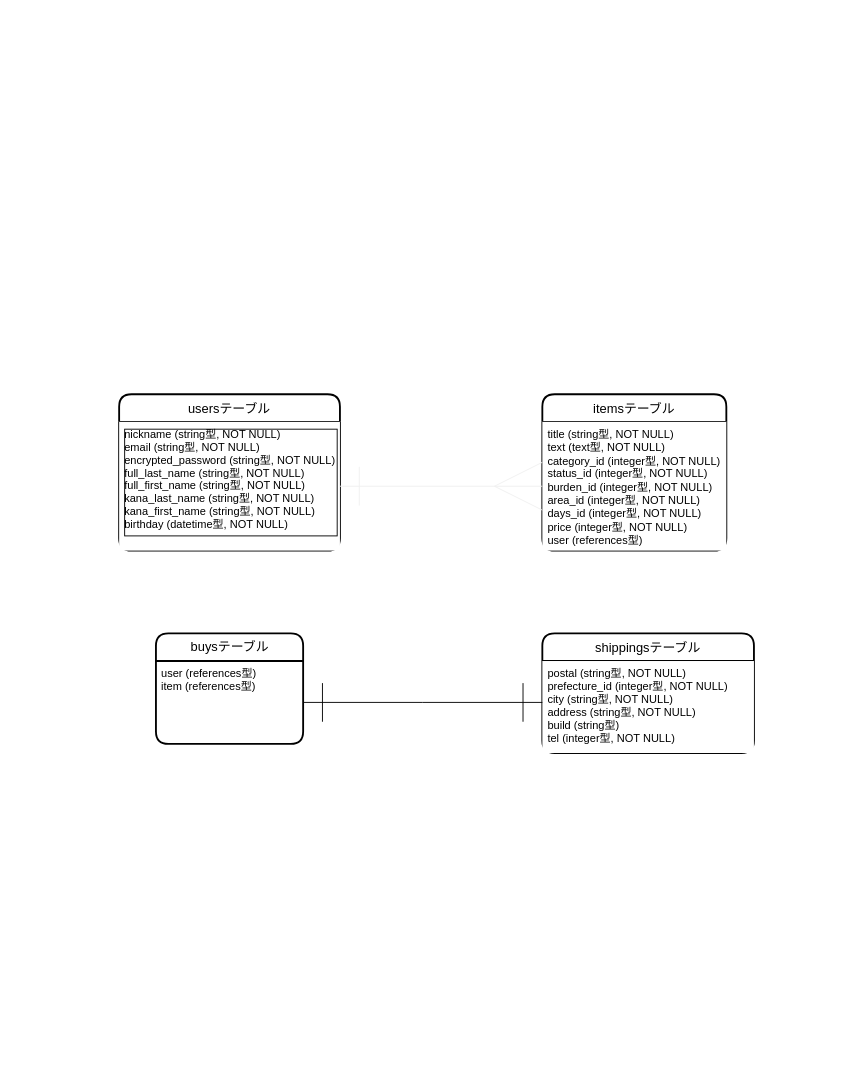
Before: furima.dio in ks251111/furima-34349, a draw.io diagram. Source tidied: cells renumbered, new cells numbered last; positions are measured from the earlier drawing's top-left corner, leaving out a move shared by most shapes. Both pictures are drawn from the tidied source at 92%, with x=0, y=0 at pixel (119, 394).
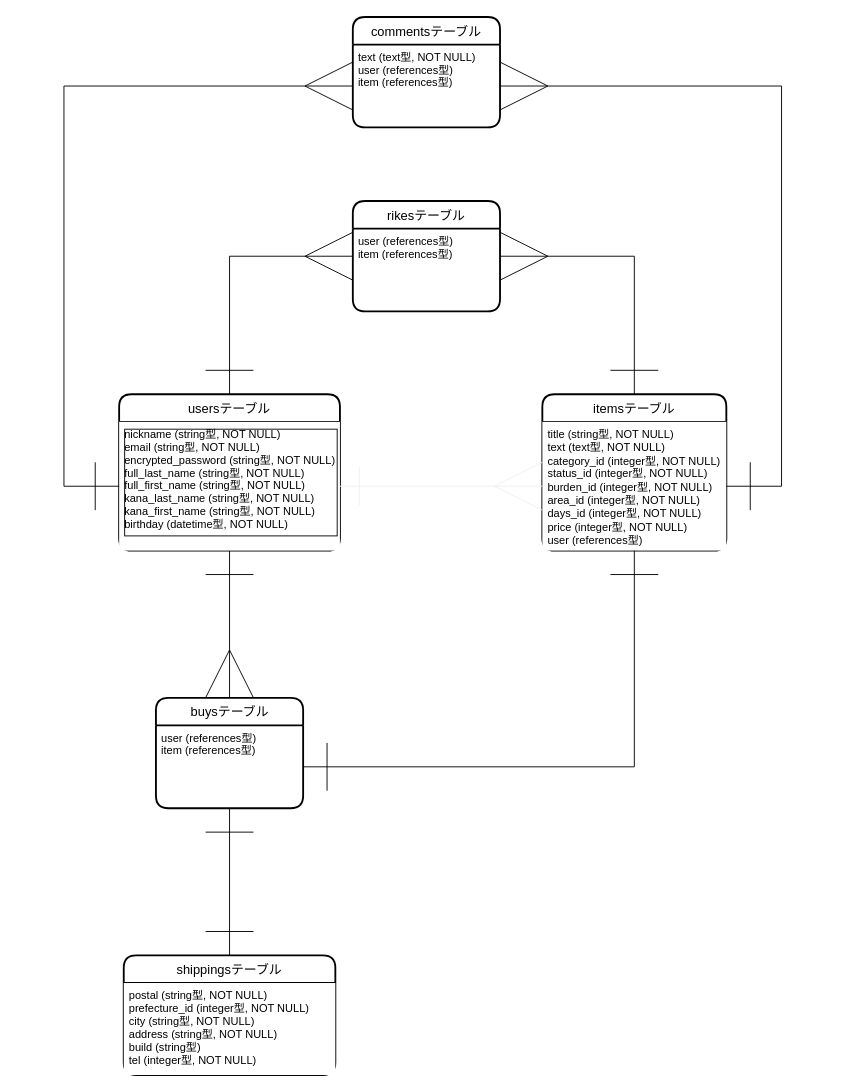
After the change.

Commit message (it also covers changes not shown here):
ER図、READMEの修正

The change refers to these unchanged cells:
```xml
<mxCell id="2" value="usersテーブル" style="swimlane;horizontal=1;startSize=30;rounded=1;fontSize=14;fontStyle=0;strokeWidth=2;shadow=0;dashed=0;align=center;labelBackgroundColor=none;" parent="1" vertex="1">
  <mxGeometry width="240" height="170" as="geometry" />
</mxCell>
<mxCell id="3" value="nickname (string型, NOT NULL)&#10;email (string型, NOT NULL)&#10;encrypted_password (string型, NOT NULL)&#10;full_last_name (string型, NOT NULL)&#10;full_first_name (string型, NOT NULL)&#10;kana_last_name (string型, NOT NULL)&#10;kana_first_name (string型, NOT NULL)&#10;birthday (datetime型, NOT NULL)&#10;" style="align=left;strokeColor=none;spacingLeft=4;fontSize=12;verticalAlign=top;labelBackgroundColor=none;labelBorderColor=#000000;" parent="2" vertex="1">
  <mxGeometry y="30" width="240" height="140" as="geometry" />
</mxCell>
<mxCell id="4" value="itemsテーブル" style="swimlane;horizontal=1;startSize=30;rounded=1;fontSize=14;fontStyle=0;strokeWidth=2;shadow=0;dashed=0;align=center;" parent="1" vertex="1">
  <mxGeometry x="460" width="200" height="170" as="geometry" />
</mxCell>
<mxCell id="5" value="title (string型, NOT NULL)&lt;br&gt;text (text型, NOT NULL)&lt;br&gt;category_id (integer型, NOT NULL)&lt;br&gt;status_id (integer型, NOT NULL)&lt;br&gt;burden_id (integer型, NOT NULL)&lt;br&gt;area_id (integer型, NOT NULL)&lt;br&gt;days_id (integer型, NOT NULL)&lt;br&gt;price&amp;nbsp;(integer型, NOT NULL)&lt;br&gt;user (references型)" style="align=left;strokeColor=none;spacingLeft=4;fontSize=12;verticalAlign=top;html=1;" parent="4" vertex="1">
  <mxGeometry y="30" width="200" height="140" as="geometry" />
</mxCell>
<mxCell id="10" value="user (references型)&#10;item (references型)" style="align=left;strokeColor=none;fillColor=none;spacingLeft=4;fontSize=12;verticalAlign=top;" parent="9" vertex="1">
  <mxGeometry y="30" width="160" height="90" as="geometry" />
</mxCell>
```

Change to the diagram source:
```diff
@@
+    <mxCell id="11" style="edgeStyle=orthogonalEdgeStyle;rounded=0;jettySize=auto;html=1;entryX=0.5;entryY=0;entryDx=0;entryDy=0;endArrow=ERmany;endFill=0;endSize=50;startArrow=ERone;startFill=0;startSize=50;" parent="1" edge="1" source="2" target="9">
+      <mxGeometry relative="1" as="geometry" />
+    </mxCell>
@@
     <mxCell id="6" value="shippingsテーブル" style="swimlane;horizontal=1;startSize=30;rounded=1;fontSize=14;fontStyle=0;strokeWidth=2;shadow=0;dashed=0;align=center;" parent="1" vertex="1">
-      <mxGeometry x="460" y="260" width="230" height="130" as="geometry" />
+      <mxGeometry x="5" y="610" width="230" height="130" as="geometry" />
     </mxCell>
@@
     <mxCell id="9" value="buysテーブル" style="swimlane;horizontal=1;startSize=30;rounded=1;fontSize=14;fontStyle=0;strokeWidth=2;shadow=0;dashed=0;align=center;html=1;" parent="1" vertex="1">
-      <mxGeometry x="40" y="260" width="160" height="120" as="geometry" />
+      <mxGeometry x="40" y="330" width="160" height="120" as="geometry" />
     </mxCell>
@@
-    <mxCell id="11" style="edgeStyle=orthogonalEdgeStyle;rounded=0;jettySize=auto;html=1;endArrow=ERone;endFill=0;startArrow=ERone;startFill=0;endSize=40;startSize=40;" parent="1" edge="1" source="10">
-      <mxGeometry relative="1" as="geometry">
-        <mxPoint x="460" y="335" as="targetPoint" />
-      </mxGeometry>
-    </mxCell>
+    <mxCell id="12" style="edgeStyle=orthogonalEdgeStyle;rounded=0;jettySize=auto;html=1;entryX=0.5;entryY=1;entryDx=0;entryDy=0;startArrow=ERone;startFill=0;startSize=50;endArrow=ERone;endFill=0;endSize=50;" parent="1" edge="1" source="10" target="4">
+      <mxGeometry relative="1" as="geometry" />
+    </mxCell>
+    <mxCell id="13" style="edgeStyle=orthogonalEdgeStyle;rounded=0;jettySize=auto;html=1;entryX=0.5;entryY=0;entryDx=0;entryDy=0;startArrow=ERone;startFill=0;startSize=50;endArrow=ERone;endFill=0;endSize=50;" parent="1" edge="1" source="10" target="6">
+      <mxGeometry relative="1" as="geometry" />
+    </mxCell>
+    <mxCell id="14" value="commentsテーブル" style="swimlane;horizontal=1;startSize=30;rounded=1;fontSize=14;fontStyle=0;strokeWidth=2;shadow=0;dashed=0;align=center;" parent="1" vertex="1">
+      <mxGeometry x="254" y="-410" width="160" height="120" as="geometry" />
+    </mxCell>
+    <mxCell id="15" value="text (text型, NOT NULL)&#10;user (references型)&#10;item (references型)" style="align=left;strokeColor=none;fillColor=none;spacingLeft=4;fontSize=12;verticalAlign=top;" parent="14" vertex="1">
+      <mxGeometry y="30" width="160" height="90" as="geometry" />
+    </mxCell>
+    <mxCell id="16" style="edgeStyle=orthogonalEdgeStyle;rounded=0;jettySize=auto;html=1;exitX=0;exitY=0.5;exitDx=0;exitDy=0;entryX=0;entryY=0.5;entryDx=0;entryDy=0;startArrow=ERmany;startFill=0;startSize=50;endArrow=ERone;endFill=0;endSize=50;" parent="1" edge="1" source="15" target="3">
+      <mxGeometry relative="1" as="geometry" />
+    </mxCell>
+    <mxCell id="17" style="edgeStyle=orthogonalEdgeStyle;rounded=0;jettySize=auto;html=1;entryX=1;entryY=0.5;entryDx=0;entryDy=0;startArrow=ERmany;startFill=0;startSize=50;endArrow=ERone;endFill=0;endSize=50;" parent="1" edge="1" source="15" target="5">
+      <mxGeometry relative="1" as="geometry" />
+    </mxCell>
+    <mxCell id="18" style="edgeStyle=orthogonalEdgeStyle;rounded=0;jettySize=auto;html=1;entryX=0.5;entryY=0;entryDx=0;entryDy=0;startArrow=ERmany;startFill=0;startSize=50;endArrow=ERone;endFill=0;endSize=50;" parent="1" edge="1" source="19" target="2">
+      <mxGeometry relative="1" as="geometry" />
+    </mxCell>
+    <mxCell id="19" value="rikesテーブル" style="swimlane;horizontal=1;startSize=30;rounded=1;fontSize=14;fontStyle=0;strokeWidth=2;shadow=0;dashed=0;align=center;" parent="1" vertex="1">
+      <mxGeometry x="254" y="-210" width="160" height="120" as="geometry" />
+    </mxCell>
+    <mxCell id="20" value="user (references型)&#10;item (references型)" style="align=left;strokeColor=none;fillColor=none;spacingLeft=4;fontSize=12;verticalAlign=top;" parent="19" vertex="1">
+      <mxGeometry y="30" width="160" height="90" as="geometry" />
+    </mxCell>
+    <mxCell id="21" style="edgeStyle=orthogonalEdgeStyle;rounded=0;jettySize=auto;html=1;entryX=0.5;entryY=0;entryDx=0;entryDy=0;startArrow=ERmany;startFill=0;startSize=50;endArrow=ERone;endFill=0;endSize=50;" parent="1" edge="1" source="20" target="4">
+      <mxGeometry relative="1" as="geometry">
+        <Array as="points">
+          <mxPoint x="560" y="-150" />
+        </Array>
+      </mxGeometry>
+    </mxCell>
```
